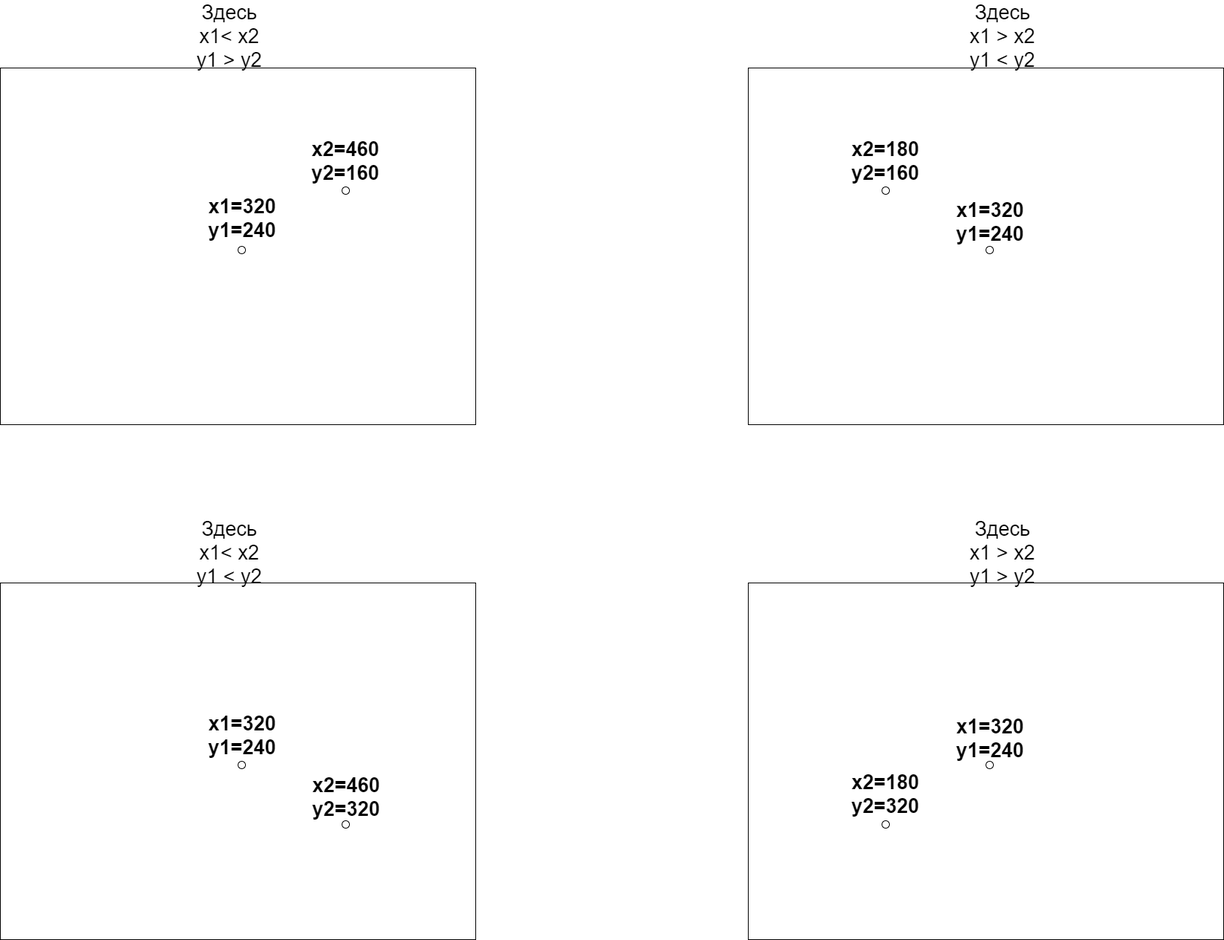
Earlier version of the draw.io export Micro/Unnamed 2.png (RoboGradeIndustriesTeam/HomingTurret). Source tidied: cells renumbered, new cells last; positions are measured from the earlier drawing's top-left corner, leaving out a move shared by most shapes.
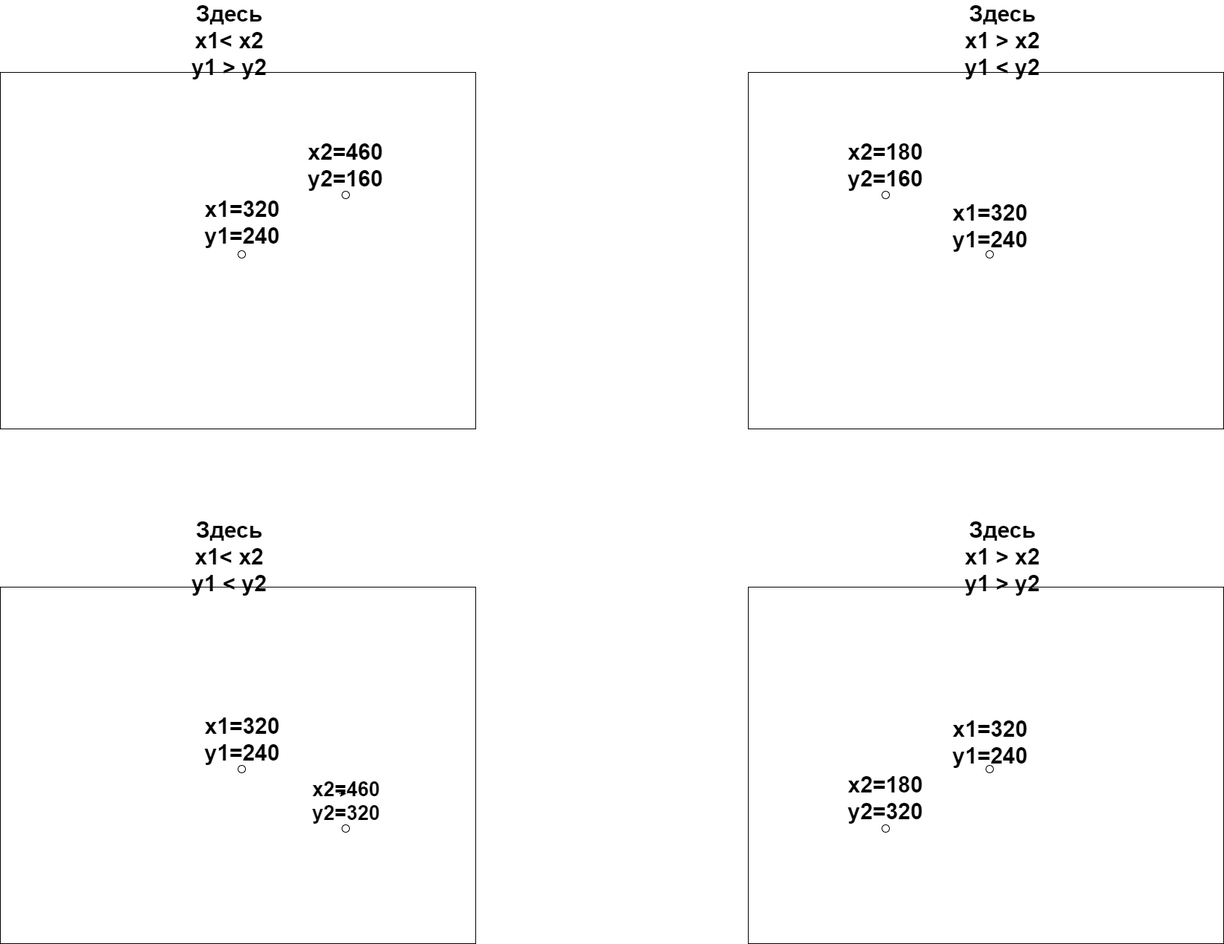
The same diagram one commit later.

Change to the diagram source:
```diff
@@ -11,10 +11,10 @@
     <mxCell id="4" style="verticalLabelPosition=bottom;verticalAlign=top;html=1;shape=mxgraph.flowchart.on-page_reference;fontSize=15;" parent="1" vertex="1">
       <mxGeometry x="320" y="309" width="10" height="10" as="geometry" />
     </mxCell>
-    <mxCell id="5" value="x1=320&lt;br style=&quot;font-size: 27px;&quot;&gt;y1=240" style="text;html=1;strokeColor=none;fillColor=none;align=center;verticalAlign=middle;whiteSpace=wrap;rounded=0;fontSize=27;fontStyle=1;" parent="1" vertex="1">
+    <mxCell id="5" value="x1=320&lt;br style=&quot;font-size: 30px;&quot;&gt;y1=240" style="text;html=1;strokeColor=none;fillColor=none;align=center;verticalAlign=middle;whiteSpace=wrap;rounded=0;fontSize=30;fontStyle=1;" parent="1" vertex="1">
       <mxGeometry x="306" y="261" width="40" height="20" as="geometry" />
     </mxCell>
-    <mxCell id="6" value="x2=460&lt;br style=&quot;font-size: 27px;&quot;&gt;y2=160" style="text;html=1;strokeColor=none;fillColor=none;align=center;verticalAlign=middle;whiteSpace=wrap;rounded=0;fontSize=27;fontStyle=1;" parent="1" vertex="1">
+    <mxCell id="6" value="x2=460&lt;br style=&quot;font-size: 30px;&quot;&gt;y2=160" style="text;html=1;strokeColor=none;fillColor=none;align=center;verticalAlign=middle;whiteSpace=wrap;rounded=0;fontSize=30;fontStyle=1;" parent="1" vertex="1">
       <mxGeometry x="445" y="184" width="40" height="20" as="geometry" />
     </mxCell>
     <mxCell id="7" style="rounded=0;whiteSpace=wrap;html=1;fontSize=15;" parent="1" vertex="1">
@@ -26,10 +26,10 @@
     <mxCell id="9" style="verticalLabelPosition=bottom;verticalAlign=top;html=1;shape=mxgraph.flowchart.on-page_reference;fontSize=15;" parent="1" vertex="1">
       <mxGeometry x="1327" y="309" width="10" height="10" as="geometry" />
     </mxCell>
-    <mxCell id="10" value="x1=320&lt;br style=&quot;font-size: 27px;&quot;&gt;y1=240" style="text;html=1;strokeColor=none;fillColor=none;align=center;verticalAlign=middle;whiteSpace=wrap;rounded=0;fontSize=27;fontStyle=1;" parent="1" vertex="1">
+    <mxCell id="10" value="x1=320&lt;br style=&quot;font-size: 30px;&quot;&gt;y1=240" style="text;html=1;strokeColor=none;fillColor=none;align=center;verticalAlign=middle;whiteSpace=wrap;rounded=0;fontSize=30;fontStyle=1;" parent="1" vertex="1">
       <mxGeometry x="1313" y="266" width="40" height="20" as="geometry" />
     </mxCell>
-    <mxCell id="11" value="x2=180&lt;br style=&quot;font-size: 27px;&quot;&gt;y2=160" style="text;html=1;strokeColor=none;fillColor=none;align=center;verticalAlign=middle;whiteSpace=wrap;rounded=0;fontSize=27;fontStyle=1;" parent="1" vertex="1">
+    <mxCell id="11" value="x2=180&lt;br style=&quot;font-size: 30px;&quot;&gt;y2=160" style="text;html=1;strokeColor=none;fillColor=none;align=center;verticalAlign=middle;whiteSpace=wrap;rounded=0;fontSize=30;fontStyle=1;" parent="1" vertex="1">
       <mxGeometry x="1172" y="184" width="40" height="20" as="geometry" />
     </mxCell>
     <mxCell id="12" style="rounded=0;whiteSpace=wrap;html=1;fontSize=15;flipV=1;" parent="1" vertex="1">
@@ -41,7 +41,7 @@
     <mxCell id="14" style="verticalLabelPosition=bottom;verticalAlign=top;html=1;shape=mxgraph.flowchart.on-page_reference;fontSize=15;flipV=1;" parent="1" vertex="1">
       <mxGeometry x="320" y="1002" width="10" height="10" as="geometry" />
     </mxCell>
-    <mxCell id="15" value="x1=320&lt;br style=&quot;font-size: 27px;&quot;&gt;y1=240" style="text;html=1;strokeColor=none;fillColor=none;align=center;verticalAlign=middle;whiteSpace=wrap;rounded=0;fontSize=27;flipV=1;fontStyle=1;" parent="1" vertex="1">
+    <mxCell id="15" value="x1=320&lt;br style=&quot;font-size: 30px;&quot;&gt;y1=240" style="text;html=1;strokeColor=none;fillColor=none;align=center;verticalAlign=middle;whiteSpace=wrap;rounded=0;fontSize=30;flipV=1;fontStyle=1;" parent="1" vertex="1">
       <mxGeometry x="306" y="957" width="40" height="20" as="geometry" />
     </mxCell>
     <mxCell id="16" value="x2=460&lt;br style=&quot;font-size: 27px;&quot;&gt;y2=320" style="text;html=1;strokeColor=none;fillColor=none;align=center;verticalAlign=middle;whiteSpace=wrap;rounded=0;fontSize=27;flipV=1;fontStyle=1;" parent="1" vertex="1">
@@ -56,23 +56,26 @@
     <mxCell id="19" style="verticalLabelPosition=bottom;verticalAlign=top;html=1;shape=mxgraph.flowchart.on-page_reference;fontSize=15;flipV=1;" parent="1" vertex="1">
       <mxGeometry x="1327" y="1002" width="10" height="10" as="geometry" />
     </mxCell>
-    <mxCell id="20" value="x1=320&lt;br style=&quot;font-size: 27px;&quot;&gt;y1=240" style="text;html=1;strokeColor=none;fillColor=none;align=center;verticalAlign=middle;whiteSpace=wrap;rounded=0;fontSize=27;flipV=1;fontStyle=1;" parent="1" vertex="1">
+    <mxCell id="20" value="x1=320&lt;br style=&quot;font-size: 30px;&quot;&gt;y1=240" style="text;html=1;strokeColor=none;fillColor=none;align=center;verticalAlign=middle;whiteSpace=wrap;rounded=0;fontSize=30;flipV=1;fontStyle=1;" parent="1" vertex="1">
       <mxGeometry x="1313" y="961" width="40" height="20" as="geometry" />
     </mxCell>
-    <mxCell id="21" value="x2=180&lt;br style=&quot;font-size: 27px;&quot;&gt;y2=320" style="text;html=1;strokeColor=none;fillColor=none;align=center;verticalAlign=middle;whiteSpace=wrap;rounded=0;fontSize=27;flipV=1;fontStyle=1;" parent="1" vertex="1">
+    <mxCell id="21" value="x2=180&lt;br style=&quot;font-size: 30px;&quot;&gt;y2=320" style="text;html=1;strokeColor=none;fillColor=none;align=center;verticalAlign=middle;whiteSpace=wrap;rounded=0;fontSize=30;flipV=1;fontStyle=1;" parent="1" vertex="1">
       <mxGeometry x="1172" y="1036" width="40" height="20" as="geometry" />
     </mxCell>
-    <mxCell id="22" value="Здесь&lt;br&gt;x1&amp;lt; x2&lt;br&gt;y1 &amp;gt; y2" style="text;html=1;strokeColor=none;fillColor=none;align=center;verticalAlign=middle;whiteSpace=wrap;rounded=0;fontSize=27;" parent="1" vertex="1">
+    <mxCell id="22" value="Здесь&lt;br style=&quot;font-size: 30px;&quot;&gt;x1&amp;lt; x2&lt;br style=&quot;font-size: 30px;&quot;&gt;y1 &amp;gt; y2" style="text;html=1;strokeColor=none;fillColor=none;align=center;verticalAlign=middle;whiteSpace=wrap;rounded=0;fontSize=30;fontStyle=1;" parent="1" vertex="1">
       <mxGeometry x="131" width="355" height="52" as="geometry" />
     </mxCell>
-    <mxCell id="23" value="Здесь&lt;br&gt;x1 &amp;gt; x2&lt;br&gt;y1 &amp;lt; y2" style="text;html=1;strokeColor=none;fillColor=none;align=center;verticalAlign=middle;whiteSpace=wrap;rounded=0;fontSize=27;" parent="1" vertex="1">
+    <mxCell id="23" value="Здесь&lt;br style=&quot;font-size: 30px;&quot;&gt;x1 &amp;gt; x2&lt;br style=&quot;font-size: 30px;&quot;&gt;y1 &amp;lt; y2" style="text;html=1;strokeColor=none;fillColor=none;align=center;verticalAlign=middle;whiteSpace=wrap;rounded=0;fontSize=30;fontStyle=1;" parent="1" vertex="1">
       <mxGeometry x="1172" width="355" height="52" as="geometry" />
     </mxCell>
-    <mxCell id="24" value="Здесь&lt;br&gt;x1&amp;lt; x2&lt;br&gt;y1 &amp;lt; y2" style="text;html=1;strokeColor=none;fillColor=none;align=center;verticalAlign=middle;whiteSpace=wrap;rounded=0;fontSize=27;" parent="1" vertex="1">
+    <mxCell id="24" value="Здесь&lt;br style=&quot;font-size: 30px;&quot;&gt;x1&amp;lt; x2&lt;br style=&quot;font-size: 30px;&quot;&gt;y1 &amp;lt; y2" style="text;html=1;strokeColor=none;fillColor=none;align=center;verticalAlign=middle;whiteSpace=wrap;rounded=0;fontSize=30;fontStyle=1;" parent="1" vertex="1">
       <mxGeometry x="131" y="695" width="355" height="52" as="geometry" />
     </mxCell>
-    <mxCell id="25" value="Здесь&lt;br&gt;x1 &amp;gt; x2&lt;br&gt;y1 &amp;gt; y2" style="text;html=1;strokeColor=none;fillColor=none;align=center;verticalAlign=middle;whiteSpace=wrap;rounded=0;fontSize=27;" parent="1" vertex="1">
+    <mxCell id="25" value="Здесь&lt;br style=&quot;font-size: 30px;&quot;&gt;x1 &amp;gt; x2&lt;br style=&quot;font-size: 30px;&quot;&gt;y1 &amp;gt; y2" style="text;html=1;strokeColor=none;fillColor=none;align=center;verticalAlign=middle;whiteSpace=wrap;rounded=0;fontSize=30;fontStyle=1;" parent="1" vertex="1">
       <mxGeometry x="1172" y="695" width="355" height="52" as="geometry" />
     </mxCell>
+    <mxCell id="26" style="edgeStyle=orthogonalEdgeStyle;rounded=0;orthogonalLoop=1;jettySize=auto;html=1;exitX=0.25;exitY=0;exitDx=0;exitDy=0;entryX=0.5;entryY=0;entryDx=0;entryDy=0;fontSize=30;fontStyle=1;" parent="1" edge="1" source="16" target="16">
+      <mxGeometry relative="1" as="geometry" />
+    </mxCell>
   </root>
 </mxGraphModel>
```
